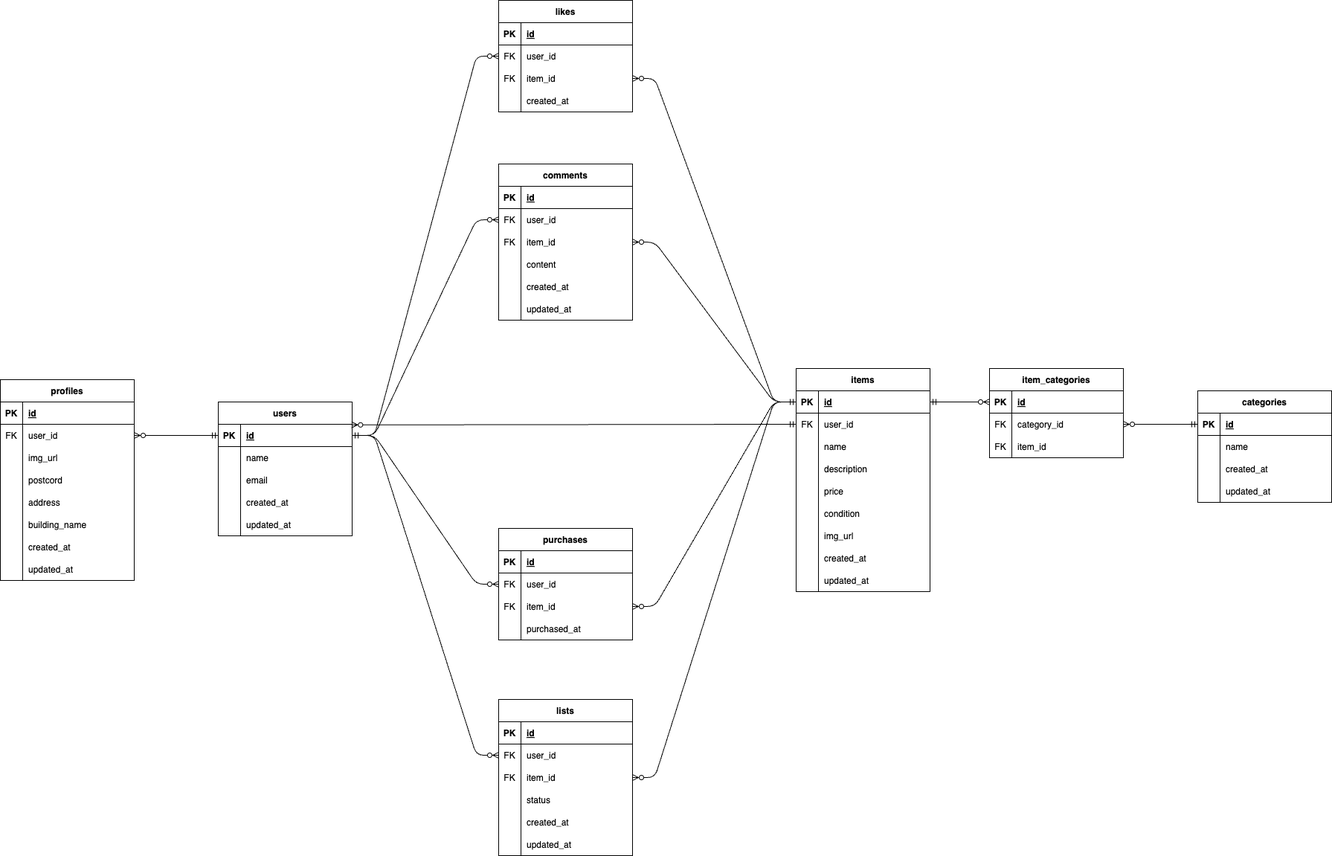
Before: index.drawio.png, a diagram exported from draw.io (hasedai0000/furima-app). Source tidied: cells renumbered, new cells last; positions are measured from the earlier drawing's top-left corner, leaving out a move shared by most shapes.
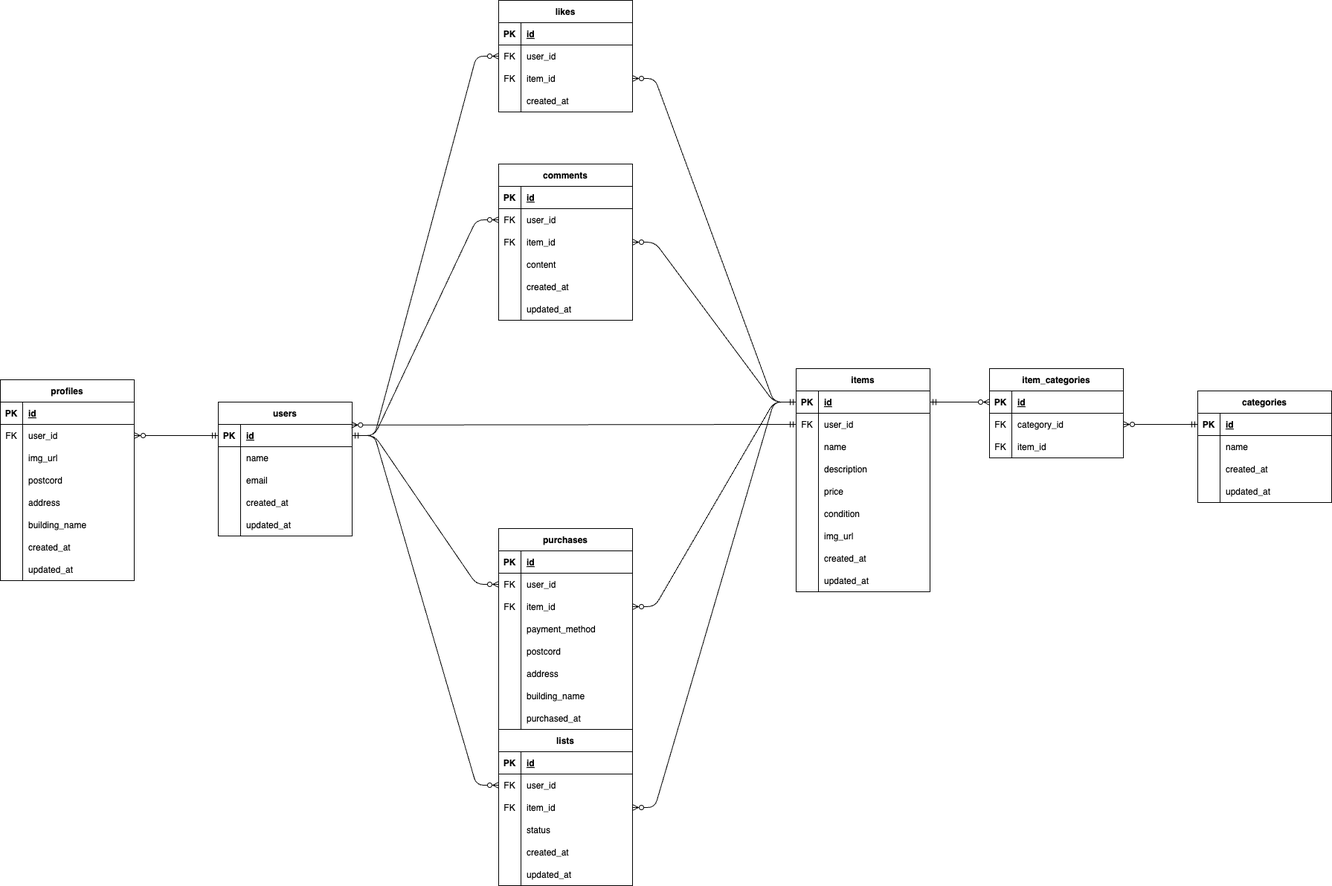
The same file after the commit.

The edit, as a diff of the source:
```diff
@@ -399,7 +399,7 @@
       <mxGeometry relative="1" as="geometry" />
     </mxCell>
     <mxCell id="134" value="purchases" style="shape=table;startSize=30;rowLines=0;fontStyle=1;align=center;" parent="1" vertex="1">
-      <mxGeometry x="670" y="710" width="180" height="150" as="geometry" />
+      <mxGeometry x="670" y="710" width="180" height="270" as="geometry" />
     </mxCell>
     <mxCell id="135" style="shape=tableRow;horizontal=0;startSize=0;swimlaneHead=0;swimlaneBody=0;fillColor=none;top=0;left=0;right=0;bottom=1;" parent="134" vertex="1">
       <mxGeometry y="30" width="180" height="30" as="geometry" />
@@ -428,8 +428,44 @@
     <mxCell id="143" value="item_id" style="shape=partialRectangle;fillColor=none;top=0;left=0;bottom=0;right=0;align=left;spacingLeft=6;overflow=hidden;" parent="141" vertex="1">
       <mxGeometry x="30" width="150" height="30" as="geometry" />
     </mxCell>
+    <mxCell id="170" style="shape=tableRow;horizontal=0;startSize=0;swimlaneHead=0;swimlaneBody=0;fillColor=none;top=0;left=0;right=0;bottom=0;" parent="134" vertex="1">
+      <mxGeometry y="120" width="180" height="30" as="geometry" />
+    </mxCell>
+    <mxCell id="171" style="shape=partialRectangle;fillColor=none;top=0;left=0;bottom=0;right=0;overflow=hidden;" parent="170" vertex="1">
+      <mxGeometry width="30" height="30" as="geometry" />
+    </mxCell>
+    <mxCell id="172" value="payment_method" style="shape=partialRectangle;fillColor=none;top=0;left=0;bottom=0;right=0;align=left;spacingLeft=6;overflow=hidden;" parent="170" vertex="1">
+      <mxGeometry x="30" width="150" height="30" as="geometry" />
+    </mxCell>
+    <mxCell id="173" style="shape=tableRow;horizontal=0;startSize=0;swimlaneHead=0;swimlaneBody=0;fillColor=none;top=0;left=0;right=0;bottom=0;" parent="134" vertex="1">
+      <mxGeometry y="150" width="180" height="30" as="geometry" />
+    </mxCell>
+    <mxCell id="174" style="shape=partialRectangle;fillColor=none;top=0;left=0;bottom=0;right=0;overflow=hidden;" parent="173" vertex="1">
+      <mxGeometry width="30" height="30" as="geometry" />
+    </mxCell>
+    <mxCell id="175" value="postcord" style="shape=partialRectangle;fillColor=none;top=0;left=0;bottom=0;right=0;align=left;spacingLeft=6;overflow=hidden;" parent="173" vertex="1">
+      <mxGeometry x="30" width="150" height="30" as="geometry" />
+    </mxCell>
+    <mxCell id="176" style="shape=tableRow;horizontal=0;startSize=0;swimlaneHead=0;swimlaneBody=0;fillColor=none;top=0;left=0;right=0;bottom=0;" parent="134" vertex="1">
+      <mxGeometry y="180" width="180" height="30" as="geometry" />
+    </mxCell>
+    <mxCell id="177" style="shape=partialRectangle;fillColor=none;top=0;left=0;bottom=0;right=0;overflow=hidden;" parent="176" vertex="1">
+      <mxGeometry width="30" height="30" as="geometry" />
+    </mxCell>
+    <mxCell id="178" value="address" style="shape=partialRectangle;fillColor=none;top=0;left=0;bottom=0;right=0;align=left;spacingLeft=6;overflow=hidden;" parent="176" vertex="1">
+      <mxGeometry x="30" width="150" height="30" as="geometry" />
+    </mxCell>
+    <mxCell id="179" style="shape=tableRow;horizontal=0;startSize=0;swimlaneHead=0;swimlaneBody=0;fillColor=none;top=0;left=0;right=0;bottom=0;" parent="134" vertex="1">
+      <mxGeometry y="210" width="180" height="30" as="geometry" />
+    </mxCell>
+    <mxCell id="180" style="shape=partialRectangle;fillColor=none;top=0;left=0;bottom=0;right=0;overflow=hidden;" parent="179" vertex="1">
+      <mxGeometry width="30" height="30" as="geometry" />
+    </mxCell>
+    <mxCell id="181" value="building_name" style="shape=partialRectangle;fillColor=none;top=0;left=0;bottom=0;right=0;align=left;spacingLeft=6;overflow=hidden;" parent="179" vertex="1">
+      <mxGeometry x="30" width="150" height="30" as="geometry" />
+    </mxCell>
     <mxCell id="144" style="shape=tableRow;horizontal=0;startSize=0;swimlaneHead=0;swimlaneBody=0;fillColor=none;top=0;left=0;right=0;bottom=0;" parent="134" vertex="1">
-      <mxGeometry y="120" width="180" height="30" as="geometry" />
+      <mxGeometry y="240" width="180" height="30" as="geometry" />
     </mxCell>
     <mxCell id="145" style="shape=partialRectangle;fillColor=none;top=0;left=0;bottom=0;right=0;overflow=hidden;" parent="144" vertex="1">
       <mxGeometry width="30" height="30" as="geometry" />
@@ -444,7 +480,7 @@
       <mxGeometry relative="1" as="geometry" />
     </mxCell>
     <mxCell id="149" value="lists" style="shape=table;startSize=30;rowLines=0;fontStyle=1;align=center;" parent="1" vertex="1">
-      <mxGeometry x="670" y="940" width="180" height="210" as="geometry" />
+      <mxGeometry x="670" y="980" width="180" height="210" as="geometry" />
     </mxCell>
     <mxCell id="150" style="shape=tableRow;horizontal=0;startSize=0;swimlaneHead=0;swimlaneBody=0;fillColor=none;top=0;left=0;right=0;bottom=1;" parent="149" vertex="1">
       <mxGeometry y="30" width="180" height="30" as="geometry" />
```
